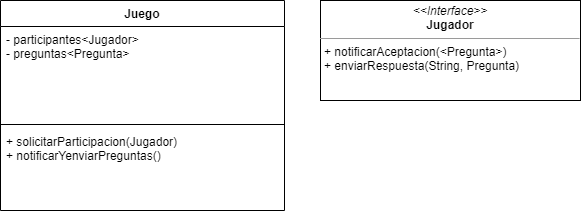
Above: src/concursoDePreguntas.png in CundariNicolas/unqui-poo2-cundari (draw.io), before the change. Source tidied: cells renumbered, new cells last; positions are measured from the earlier drawing's top-left corner, leaving out a move shared by most shapes.
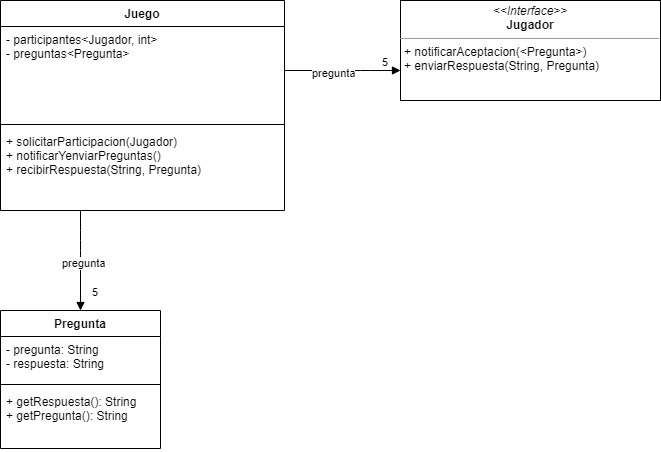
Later version of the same file.

The edit, as a diff of the source:
```diff
@@ -3,19 +3,57 @@
     <mxCell id="0" />
     <mxCell id="1" parent="0" />
     <mxCell id="2" value="Juego" style="swimlane;fontStyle=1;align=center;verticalAlign=top;horizontal=1;startSize=26;" parent="1" vertex="1">
-      <mxGeometry width="284" height="210" as="geometry" />
+      <mxGeometry x="110" y="-180" width="284" height="210" as="geometry" />
     </mxCell>
-    <mxCell id="3" value="- participantes&lt;Jugador&gt;&#10;- preguntas&lt;Pregunta&gt;&#10;" style="text;strokeColor=none;fillColor=none;align=left;verticalAlign=top;spacingLeft=4;spacingRight=4;overflow=hidden;" parent="2" vertex="1">
+    <mxCell id="3" value="- participantes&lt;Jugador, int&gt;&#10;- preguntas&lt;Pregunta&gt;&#10;" style="text;strokeColor=none;fillColor=none;align=left;verticalAlign=top;spacingLeft=4;spacingRight=4;overflow=hidden;" parent="2" vertex="1">
       <mxGeometry y="26" width="284" height="94" as="geometry" />
     </mxCell>
     <mxCell id="4" style="line;strokeWidth=1;fillColor=none;align=left;verticalAlign=middle;spacingTop=-1;spacingLeft=3;spacingRight=3;labelPosition=right;" parent="2" vertex="1">
       <mxGeometry y="120" width="284" height="8" as="geometry" />
     </mxCell>
-    <mxCell id="5" value="+ solicitarParticipacion(Jugador)&#10;+ notificarYenviarPreguntas()&#10;" style="text;strokeColor=none;fillColor=none;align=left;verticalAlign=top;spacingLeft=4;spacingRight=4;overflow=hidden;" parent="2" vertex="1">
+    <mxCell id="5" value="+ solicitarParticipacion(Jugador)&#10;+ notificarYenviarPreguntas()&#10;+ recibirRespuesta(String, Pregunta)&#10;&#10;" style="text;strokeColor=none;fillColor=none;align=left;verticalAlign=top;spacingLeft=4;spacingRight=4;overflow=hidden;" parent="2" vertex="1">
       <mxGeometry y="128" width="284" height="82" as="geometry" />
     </mxCell>
     <mxCell id="6" value="&lt;p style=&quot;margin: 0px ; margin-top: 4px ; text-align: center&quot;&gt;&lt;i&gt;&amp;lt;&amp;lt;Interface&amp;gt;&amp;gt;&lt;/i&gt;&lt;br&gt;&lt;b&gt;Jugador&lt;/b&gt;&lt;/p&gt;&lt;hr size=&quot;1&quot;&gt;&lt;p style=&quot;margin: 0px ; margin-left: 4px&quot;&gt;+ notificarAceptacion(&amp;lt;Pregunta&amp;gt;)&lt;/p&gt;&lt;p style=&quot;margin: 0px ; margin-left: 4px&quot;&gt;+ enviarRespuesta(String, Pregunta)&lt;/p&gt;&lt;p style=&quot;margin: 0px ; margin-left: 4px&quot;&gt;&lt;br&gt;&lt;/p&gt;" style="verticalAlign=top;align=left;overflow=fill;fontSize=12;fontFamily=Helvetica;html=1;" parent="1" vertex="1">
-      <mxGeometry x="320" width="260" height="100" as="geometry" />
+      <mxGeometry x="510" y="-180" width="260" height="100" as="geometry" />
     </mxCell>
+    <mxCell id="7" value="Pregunta" style="swimlane;fontStyle=1;align=center;verticalAlign=top;horizontal=1;startSize=26;" parent="1" vertex="1">
+      <mxGeometry x="110" y="130" width="160" height="138" as="geometry" />
+    </mxCell>
+    <mxCell id="8" value="- pregunta: String&#10;- respuesta: String" style="text;strokeColor=none;fillColor=none;align=left;verticalAlign=top;spacingLeft=4;spacingRight=4;overflow=hidden;" parent="7" vertex="1">
+      <mxGeometry y="26" width="160" height="44" as="geometry" />
+    </mxCell>
+    <mxCell id="9" style="line;strokeWidth=1;fillColor=none;align=left;verticalAlign=middle;spacingTop=-1;spacingLeft=3;spacingRight=3;labelPosition=right;" parent="7" vertex="1">
+      <mxGeometry y="70" width="160" height="8" as="geometry" />
+    </mxCell>
+    <mxCell id="10" value="+ getRespuesta(): String&#10;+ getPregunta(): String" style="text;strokeColor=none;fillColor=none;align=left;verticalAlign=top;spacingLeft=4;spacingRight=4;overflow=hidden;" parent="7" vertex="1">
+      <mxGeometry y="78" width="160" height="60" as="geometry" />
+    </mxCell>
+    <mxCell id="11" value="pregunta" style="endArrow=block;endFill=1;html=1;edgeStyle=orthogonalEdgeStyle;align=left;verticalAlign=top;" parent="1" edge="1" source="2" target="7">
+      <mxGeometry x="-0.2" y="-20" relative="1" as="geometry">
+        <Array as="points">
+          <mxPoint x="190" y="60" />
+          <mxPoint x="190" y="60" />
+        </Array>
+      </mxGeometry>
+    </mxCell>
+    <mxCell id="12" value="5" style="edgeLabel;html=1;align=left;verticalAlign=bottom;" parent="11" vertex="1">
+      <mxGeometry x="-1" relative="1" as="geometry">
+        <mxPoint x="10" y="90" as="offset" />
+      </mxGeometry>
+    </mxCell>
+    <mxCell id="13" value="pregunta" style="endArrow=block;endFill=1;html=1;edgeStyle=orthogonalEdgeStyle;align=left;verticalAlign=top;" parent="1" edge="1" source="2" target="6">
+      <mxGeometry x="-0.55" y="10" relative="1" as="geometry">
+        <Array as="points">
+          <mxPoint x="470" y="-110" />
+          <mxPoint x="470" y="-110" />
+        </Array>
+      </mxGeometry>
+    </mxCell>
+    <mxCell id="14" value="5" style="edgeLabel;html=1;align=left;verticalAlign=bottom;" parent="13" vertex="1">
+      <mxGeometry x="-1" relative="1" as="geometry">
+        <mxPoint x="96" as="offset" />
+      </mxGeometry>
+    </mxCell>
   </root>
 </mxGraphModel>
```
